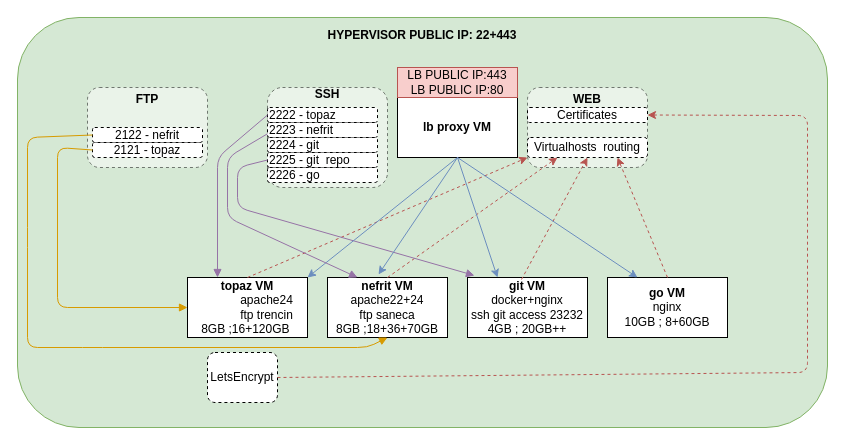
This is lb-draft.drawio from maniac0r/audio, a draw.io file, before an edit. Source tidied: cells renumbered, new cells numbered last; positions are measured from the earlier drawing's top-left corner, leaving out a move shared by most shapes. Both pictures are drawn from the tidied source at 100%, with x=0, y=0 at pixel (17, 17).
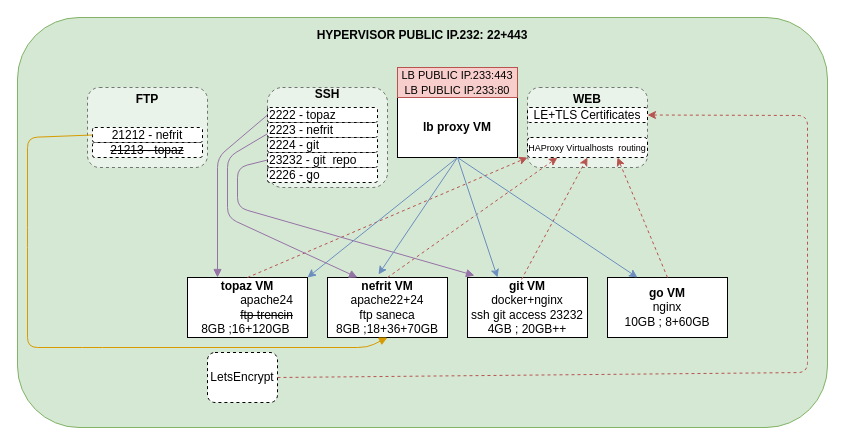
The same page after the edit.

What changed in the source:
```diff
@@
-    <mxCell id="2" value="&lt;b&gt;HYPERVISOR PUBLIC IP: 22+443&lt;br&gt;&lt;br&gt;&lt;br&gt;&lt;br&gt;&lt;br&gt;&lt;br&gt;&lt;br&gt;&lt;br&gt;&lt;br&gt;&lt;br&gt;&lt;br&gt;&lt;br&gt;&lt;br&gt;&lt;br&gt;&lt;br&gt;&lt;br&gt;&lt;br&gt;&lt;br&gt;&lt;br&gt;&lt;br&gt;&lt;br&gt;&lt;br&gt;&lt;br&gt;&lt;br&gt;&lt;br&gt;&lt;br&gt;&lt;br&gt;&lt;/b&gt;" style="rounded=1;whiteSpace=wrap;html=1;fillColor=#d5e8d4;strokeColor=#82b366;" parent="1" vertex="1">
+    <mxCell id="2" value="&lt;b&gt;HYPERVISOR PUBLIC IP.232: 22+443&lt;br&gt;&lt;br&gt;&lt;br&gt;&lt;br&gt;&lt;br&gt;&lt;br&gt;&lt;br&gt;&lt;br&gt;&lt;br&gt;&lt;br&gt;&lt;br&gt;&lt;br&gt;&lt;br&gt;&lt;br&gt;&lt;br&gt;&lt;br&gt;&lt;br&gt;&lt;br&gt;&lt;br&gt;&lt;br&gt;&lt;br&gt;&lt;br&gt;&lt;br&gt;&lt;br&gt;&lt;br&gt;&lt;br&gt;&lt;br&gt;&lt;/b&gt;" style="rounded=1;whiteSpace=wrap;html=1;fillColor=#d5e8d4;strokeColor=#82b366;" parent="1" vertex="1">
       <mxGeometry width="810" height="410" as="geometry" />
     </mxCell>
@@
-    <mxCell id="4" value="&lt;b&gt;topaz VM&lt;br&gt;&lt;div style=&quot;text-align: right&quot;&gt;&lt;span style=&quot;font-weight: normal&quot;&gt;apache24&lt;/span&gt;&lt;/div&gt;&lt;/b&gt;&lt;div&gt;&lt;div style=&quot;text-align: right&quot;&gt;ftp trencin&lt;/div&gt;&lt;/div&gt;&lt;div style=&quot;text-align: right&quot;&gt;8GB ;16+120GB&amp;nbsp;&lt;/div&gt;" style="rounded=0;whiteSpace=wrap;html=1;" parent="1" vertex="1">
+    <mxCell id="4" value="&lt;b&gt;topaz VM&lt;br&gt;&lt;div style=&quot;text-align: right&quot;&gt;&lt;span style=&quot;font-weight: normal&quot;&gt;apache24&lt;/span&gt;&lt;/div&gt;&lt;/b&gt;&lt;div&gt;&lt;div style=&quot;text-align: right&quot;&gt;&lt;strike&gt;ftp trencin&lt;/strike&gt;&lt;/div&gt;&lt;/div&gt;&lt;div style=&quot;text-align: right&quot;&gt;8GB ;16+120GB&amp;nbsp;&lt;/div&gt;" style="rounded=0;whiteSpace=wrap;html=1;" parent="1" vertex="1">
       <mxGeometry x="170" y="260" width="120" height="60" as="geometry" />
     </mxCell>
@@
-    <mxCell id="9" value="LB PUBLIC IP:443&lt;br&gt;LB PUBLIC IP:80" style="text;html=1;strokeColor=#b85450;fillColor=#f8cecc;align=center;verticalAlign=middle;whiteSpace=wrap;rounded=0;" parent="1" vertex="1">
+    <mxCell id="9" value="&lt;font style=&quot;font-size: 11px&quot;&gt;LB PUBLIC IP.233:443&lt;br&gt;LB PUBLIC IP.233:80&lt;/font&gt;" style="text;html=1;strokeColor=#b85450;fillColor=#f8cecc;align=center;verticalAlign=middle;whiteSpace=wrap;rounded=0;" parent="1" vertex="1">
       <mxGeometry x="380" y="50" width="120" height="30" as="geometry" />
     </mxCell>
@@
-    <mxCell id="20" value="2225 - git &amp;nbsp;repo" style="rounded=1;whiteSpace=wrap;html=1;dashed=1;align=left;" parent="1" vertex="1">
+    <mxCell id="20" value="23232 - git &amp;nbsp;repo" style="rounded=1;whiteSpace=wrap;html=1;dashed=1;align=left;" parent="1" vertex="1">
       <mxGeometry x="250" y="135" width="110" height="15" as="geometry" />
     </mxCell>
@@
-    <mxCell id="24" value="2121 - topaz" style="rounded=1;whiteSpace=wrap;html=1;dashed=1;" parent="1" vertex="1">
+    <mxCell id="24" value="&lt;strike&gt;21213 - topaz&lt;/strike&gt;" style="rounded=1;whiteSpace=wrap;html=1;dashed=1;" parent="1" vertex="1">
       <mxGeometry x="75" y="125" width="110" height="15" as="geometry" />
     </mxCell>
-    <mxCell id="25" value="2122 - nefrit" style="rounded=1;whiteSpace=wrap;html=1;dashed=1;" parent="1" vertex="1">
+    <mxCell id="25" value="21212 - nefrit" style="rounded=1;whiteSpace=wrap;html=1;dashed=1;" parent="1" vertex="1">
       <mxGeometry x="75" y="110" width="110" height="15" as="geometry" />
     </mxCell>
-    <mxCell id="26" style="endArrow=block;html=1;exitX=0;exitY=0.5;exitDx=0;exitDy=0;entryX=0;entryY=0.5;entryDx=0;entryDy=0;endFill=1;fillColor=#ffe6cc;strokeColor=#d79b00;" parent="1" edge="1" source="24" target="4">
-      <mxGeometry relative="1" as="geometry">
-        <Array as="points">
-          <mxPoint x="40" y="130" />
-          <mxPoint x="40" y="290" />
-        </Array>
-      </mxGeometry>
-    </mxCell>
@@
-    <mxCell id="33" value="Certificates" style="rounded=1;whiteSpace=wrap;html=1;dashed=1;" parent="1" vertex="1">
+    <mxCell id="33" value="LE+TLS Certificates" style="rounded=1;whiteSpace=wrap;html=1;dashed=1;" parent="1" vertex="1">
       <mxGeometry x="510" y="90" width="120" height="15" as="geometry" />
     </mxCell>
-    <mxCell id="34" value="Virtualhosts &amp;nbsp;routing" style="rounded=1;whiteSpace=wrap;html=1;dashed=1;" parent="1" vertex="1">
+    <mxCell id="34" value="&lt;font style=&quot;font-size: 9px&quot;&gt;HAProxy Virtualhosts &amp;nbsp;routing&lt;/font&gt;" style="rounded=1;whiteSpace=wrap;html=1;dashed=1;" parent="1" vertex="1">
       <mxGeometry x="510" y="120" width="120" height="20" as="geometry" />
     </mxCell>
```
